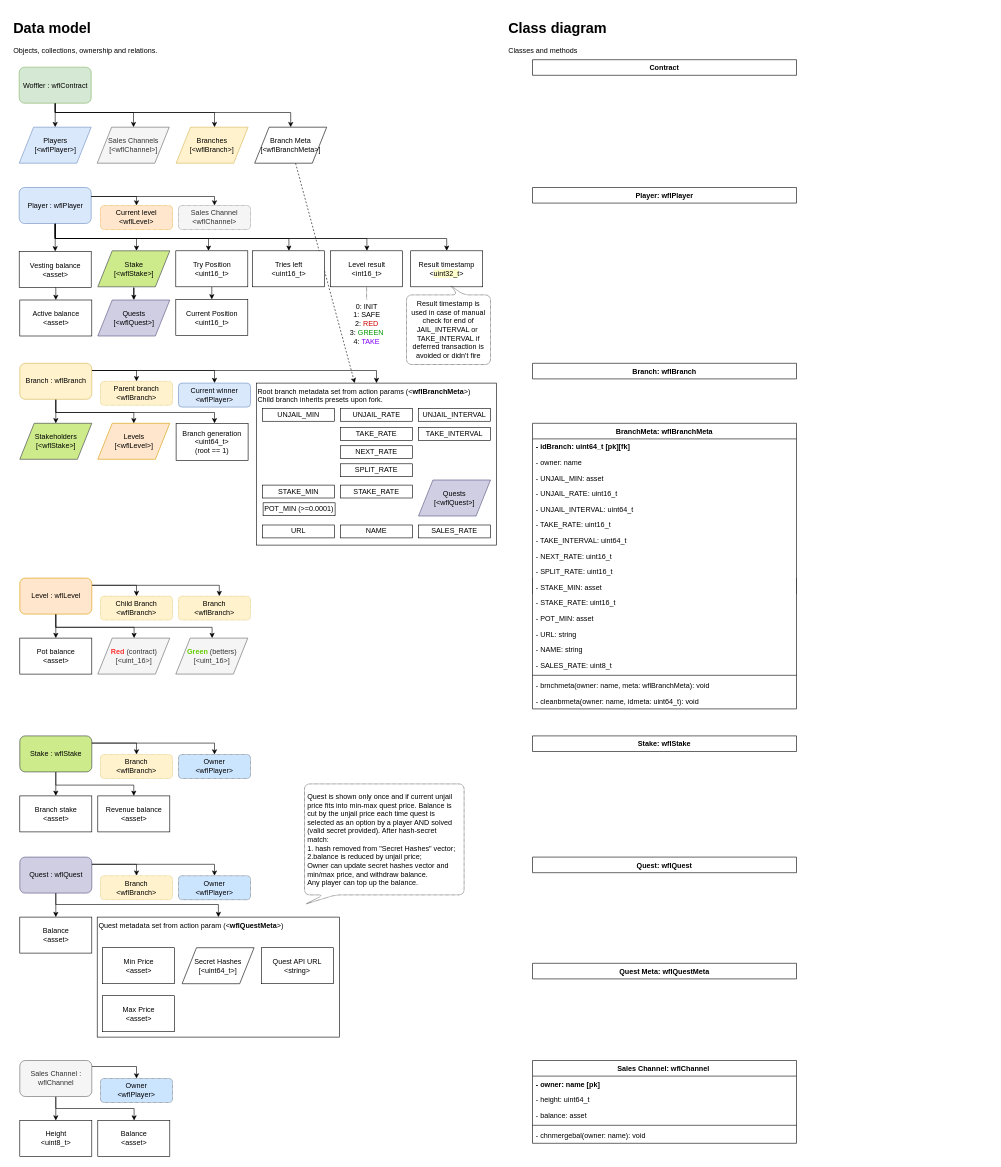
Before: page "data logic" (13 of 13) of ia/WOFFLER IA.drawio in cptn-solo/woffler_contract, a draw.io diagram. Source tidied: cells renumbered, new cells numbered last; positions are measured from the earlier drawing's top-left corner, leaving out a move shared by most shapes. Both pictures are drawn from the tidied source at 60%, with x=0, y=0 at pixel (10, 16).
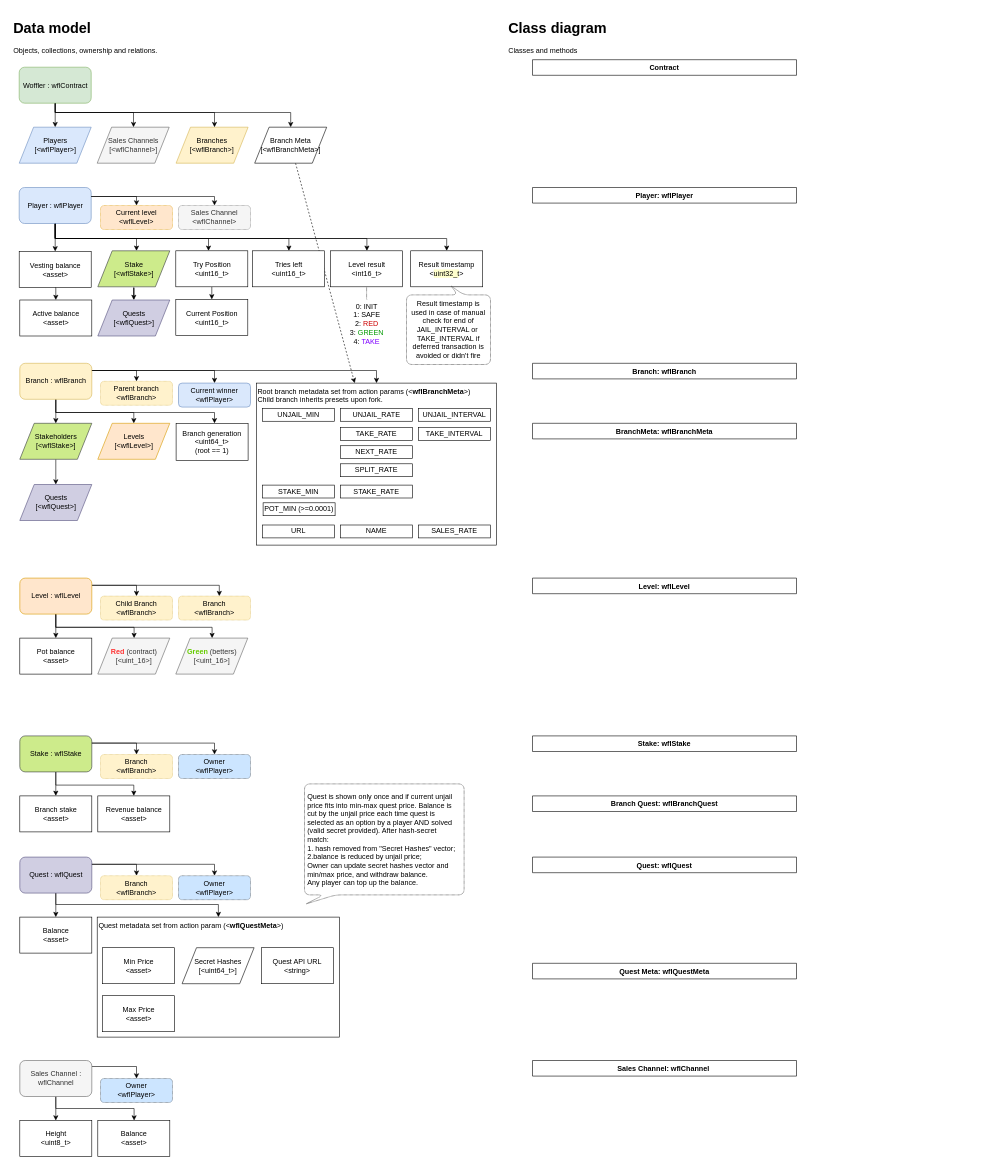
After the change.

Unchanged cells that the change refers to:
```xml
<mxCell id="38" value="Stakeholders&lt;br&gt;[&amp;lt;wflStake&amp;gt;]&lt;br&gt;" style="shape=parallelogram;perimeter=parallelogramPerimeter;rounded=0;whiteSpace=wrap;html=1;fillColor=#cdeb8b;strokeColor=#36393d;" parent="1" vertex="1">
  <mxGeometry x="15.5" y="678" width="120" height="60" as="geometry" />
</mxCell>
<mxCell id="81" style="group;verticalAlign=top;align=left;" parent="1" vertex="1">
  <mxGeometry x="410" y="611" width="400" height="280" as="geometry" />
</mxCell>
```

What changed in the source:
```diff
@@
+    <mxCell id="142" style="edgeStyle=orthogonalEdgeStyle;rounded=0;jettySize=auto;html=1;" parent="1" edge="1" source="38" target="93">
+      <mxGeometry relative="1" as="geometry" />
+    </mxCell>
@@
-    <mxCell id="93" value="Quests&lt;br&gt;[&amp;lt;wflQuest&amp;gt;]&lt;br&gt;" style="shape=parallelogram;perimeter=parallelogramPerimeter;rounded=0;whiteSpace=wrap;html=1;fillColor=#d0cee2;strokeColor=#56517e;" parent="81" vertex="1">
-      <mxGeometry x="270" y="161.5" width="120" height="60" as="geometry" />
-    </mxCell>
@@
-    <mxCell id="111" value="Sales Channel: wflChannel " style="swimlane;fontStyle=1;align=center;verticalAlign=top;horizontal=1;startSize=26;swimlaneFillColor=#ffffff;" parent="1" vertex="1">
-      <mxGeometry x="870" y="1740" width="440" height="138" as="geometry" />
+    <mxCell id="111" value="Sales Channel: wflChannel " style="swimlane;fontStyle=1;align=center;verticalAlign=top;horizontal=1;startSize=26;swimlaneFillColor=#ffffff;" parent="1" vertex="1" collapsed="1">
+      <mxGeometry x="870" y="1740" width="440" height="26" as="geometry" />
     </mxCell>
-    <mxCell id="112" value="- owner: name [pk]" style="text;strokeColor=none;fillColor=none;align=left;verticalAlign=top;spacingLeft=4;spacingRight=4;overflow=hidden;fontStyle=1;" parent="111" vertex="1">
-      <mxGeometry y="26" width="440" height="26" as="geometry" />
-    </mxCell>
-    <mxCell id="113" value="- height: uint64_t" style="text;strokeColor=none;fillColor=none;align=left;verticalAlign=top;spacingLeft=4;spacingRight=4;overflow=hidden;" parent="111" vertex="1">
-      <mxGeometry y="52" width="440" height="26" as="geometry" />
-    </mxCell>
-    <mxCell id="114" value="- balance: asset" style="text;strokeColor=none;fillColor=none;align=left;verticalAlign=top;spacingLeft=4;spacingRight=4;overflow=hidden;" parent="111" vertex="1">
-      <mxGeometry y="78" width="440" height="26" as="geometry" />
-    </mxCell>
-    <mxCell id="115" style="line;strokeWidth=1;fillColor=none;align=left;verticalAlign=middle;spacingTop=-1;spacingLeft=3;spacingRight=3;labelPosition=right;" parent="111" vertex="1">
-      <mxGeometry y="104" width="440" height="8" as="geometry" />
-    </mxCell>
-    <mxCell id="116" value="- chnmergebal(owner: name): void" style="text;strokeColor=none;fillColor=none;align=left;verticalAlign=top;spacingLeft=4;spacingRight=4;overflow=hidden;" parent="111" vertex="1">
-      <mxGeometry y="112" width="440" height="26" as="geometry" />
-    </mxCell>
@@
-    <mxCell id="120" value="Stake: wflStake" style="swimlane;fontStyle=1;align=center;verticalAlign=top;horizontal=1;startSize=26;swimlaneFillColor=#ffffff;" parent="1" vertex="1" collapsed="1">
-      <mxGeometry x="870" y="1199" width="440" height="26" as="geometry" />
-    </mxCell>
@@
-    <mxCell id="122" value="BranchMeta: wflBranchMeta" style="swimlane;fontStyle=1;align=center;verticalAlign=top;horizontal=1;startSize=26;swimlaneFillColor=#ffffff;fontColor=#000000;" parent="1" vertex="1">
-      <mxGeometry x="870" y="678" width="440" height="476" as="geometry" />
+    <mxCell id="122" value="BranchMeta: wflBranchMeta" style="swimlane;fontStyle=1;align=center;verticalAlign=top;horizontal=1;startSize=26;swimlaneFillColor=#ffffff;fontColor=#000000;" parent="1" vertex="1" collapsed="1">
+      <mxGeometry x="870" y="678" width="440" height="26" as="geometry" />
     </mxCell>
-    <mxCell id="123" value="- idBranch: uint64_t [&lt;span&gt;pk&lt;/span&gt;][fk]" style="text;strokeColor=none;fillColor=none;align=left;verticalAlign=top;spacingLeft=4;spacingRight=4;overflow=hidden;html=1;fontStyle=1;" parent="122" vertex="1">
-      <mxGeometry y="26" width="440" height="26" as="geometry" />
-    </mxCell>
-    <mxCell id="124" value="- owner: name" style="text;strokeColor=none;fillColor=none;align=left;verticalAlign=top;spacingLeft=4;spacingRight=4;overflow=hidden;" parent="122" vertex="1">
-      <mxGeometry y="52" width="440" height="26" as="geometry" />
-    </mxCell>
-    <mxCell id="125" value="- UNJAIL_MIN: asset" style="text;strokeColor=none;fillColor=none;align=left;verticalAlign=top;spacingLeft=4;spacingRight=4;overflow=hidden;" parent="122" vertex="1">
-      <mxGeometry y="78" width="440" height="26" as="geometry" />
-    </mxCell>
-    <mxCell id="126" value="- UNJAIL_RATE: uint16_t" style="text;strokeColor=none;fillColor=none;align=left;verticalAlign=top;spacingLeft=4;spacingRight=4;overflow=hidden;" parent="122" vertex="1">
-      <mxGeometry y="104" width="440" height="26" as="geometry" />
-    </mxCell>
-    <mxCell id="127" value="- UNJAIL_INTERVAL: uint64_t" style="text;strokeColor=none;fillColor=none;align=left;verticalAlign=top;spacingLeft=4;spacingRight=4;overflow=hidden;" parent="122" vertex="1">
-      <mxGeometry y="130" width="440" height="26" as="geometry" />
-    </mxCell>
-    <mxCell id="128" value="- TAKE_RATE: uint16_t" style="text;strokeColor=none;fillColor=none;align=left;verticalAlign=top;spacingLeft=4;spacingRight=4;overflow=hidden;" parent="122" vertex="1">
-      <mxGeometry y="156" width="440" height="26" as="geometry" />
-    </mxCell>
-    <mxCell id="129" value="- TAKE_INTERVAL: uint64_t" style="text;strokeColor=none;fillColor=none;align=left;verticalAlign=top;spacingLeft=4;spacingRight=4;overflow=hidden;" parent="122" vertex="1">
-      <mxGeometry y="182" width="440" height="26" as="geometry" />
-    </mxCell>
-    <mxCell id="130" value="- NEXT_RATE: uint16_t" style="text;strokeColor=none;fillColor=none;align=left;verticalAlign=top;spacingLeft=4;spacingRight=4;overflow=hidden;" parent="122" vertex="1">
-      <mxGeometry y="208" width="440" height="26" as="geometry" />
-    </mxCell>
-    <mxCell id="131" value="- SPLIT_RATE: uint16_t" style="text;strokeColor=none;fillColor=none;align=left;verticalAlign=top;spacingLeft=4;spacingRight=4;overflow=hidden;" parent="122" vertex="1">
-      <mxGeometry y="234" width="440" height="26" as="geometry" />
-    </mxCell>
-    <mxCell id="132" value="- STAKE_MIN: asset" style="text;strokeColor=none;fillColor=none;align=left;verticalAlign=top;spacingLeft=4;spacingRight=4;overflow=hidden;" parent="122" vertex="1">
-      <mxGeometry y="260" width="440" height="26" as="geometry" />
-    </mxCell>
-    <mxCell id="133" value="- STAKE_RATE: uint16_t" style="text;strokeColor=none;fillColor=none;align=left;verticalAlign=top;spacingLeft=4;spacingRight=4;overflow=hidden;" parent="122" vertex="1">
-      <mxGeometry y="286" width="440" height="26" as="geometry" />
-    </mxCell>
-    <mxCell id="134" value="- POT_MIN: asset" style="text;strokeColor=none;fillColor=none;align=left;verticalAlign=top;spacingLeft=4;spacingRight=4;overflow=hidden;" parent="122" vertex="1">
-      <mxGeometry y="312" width="440" height="26" as="geometry" />
-    </mxCell>
-    <mxCell id="135" value="- URL: string" style="text;strokeColor=none;fillColor=none;align=left;verticalAlign=top;spacingLeft=4;spacingRight=4;overflow=hidden;" parent="122" vertex="1">
-      <mxGeometry y="338" width="440" height="26" as="geometry" />
-    </mxCell>
-    <mxCell id="136" value="- NAME: string" style="text;strokeColor=none;fillColor=none;align=left;verticalAlign=top;spacingLeft=4;spacingRight=4;overflow=hidden;" parent="122" vertex="1">
-      <mxGeometry y="364" width="440" height="26" as="geometry" />
-    </mxCell>
-    <mxCell id="137" value="- SALES_RATE: uint8_t" style="text;strokeColor=none;fillColor=none;align=left;verticalAlign=top;spacingLeft=4;spacingRight=4;overflow=hidden;fontColor=#000000;" parent="122" vertex="1">
-      <mxGeometry y="390" width="440" height="26" as="geometry" />
-    </mxCell>
-    <mxCell id="138" style="line;strokeWidth=1;fillColor=none;align=left;verticalAlign=middle;spacingTop=-1;spacingLeft=3;spacingRight=3;labelPosition=right;" parent="122" vertex="1">
-      <mxGeometry y="416" width="440" height="8" as="geometry" />
-    </mxCell>
-    <mxCell id="139" value="- brnchmeta(owner: name, meta: wflBranchMeta): void&#10;" style="text;strokeColor=none;fillColor=none;align=left;verticalAlign=top;spacingLeft=4;spacingRight=4;overflow=hidden;fontColor=#000000;" parent="122" vertex="1">
-      <mxGeometry y="424" width="440" height="26" as="geometry" />
-    </mxCell>
-    <mxCell id="140" value="- cleanbrmeta(owner: name, idmeta: uint64_t): void&#10;" style="text;strokeColor=none;fillColor=none;align=left;verticalAlign=top;spacingLeft=4;spacingRight=4;overflow=hidden;fontColor=#000000;" parent="122" vertex="1">
-      <mxGeometry y="450" width="440" height="26" as="geometry" />
-    </mxCell>
@@
+    <mxCell id="143" value="Branch Quest: wflBranchQuest" style="swimlane;fontStyle=1;align=center;verticalAlign=top;horizontal=1;startSize=26;swimlaneFillColor=#ffffff;" parent="1" vertex="1" collapsed="1">
+      <mxGeometry x="870" y="1299" width="440" height="26" as="geometry" />
+    </mxCell>
+    <mxCell id="93" value="Quests&lt;br&gt;[&amp;lt;wflQuest&amp;gt;]&lt;br&gt;" style="shape=parallelogram;perimeter=parallelogramPerimeter;rounded=0;whiteSpace=wrap;html=1;fillColor=#d0cee2;strokeColor=#56517e;" parent="1" vertex="1">
+      <mxGeometry x="15.5" y="780" width="120" height="60" as="geometry" />
+    </mxCell>
+    <mxCell id="120" value="Stake: wflStake" style="swimlane;fontStyle=1;align=center;verticalAlign=top;horizontal=1;startSize=26;swimlaneFillColor=#ffffff;" parent="1" vertex="1" collapsed="1">
+      <mxGeometry x="870" y="1199" width="440" height="26" as="geometry" />
+    </mxCell>
```
